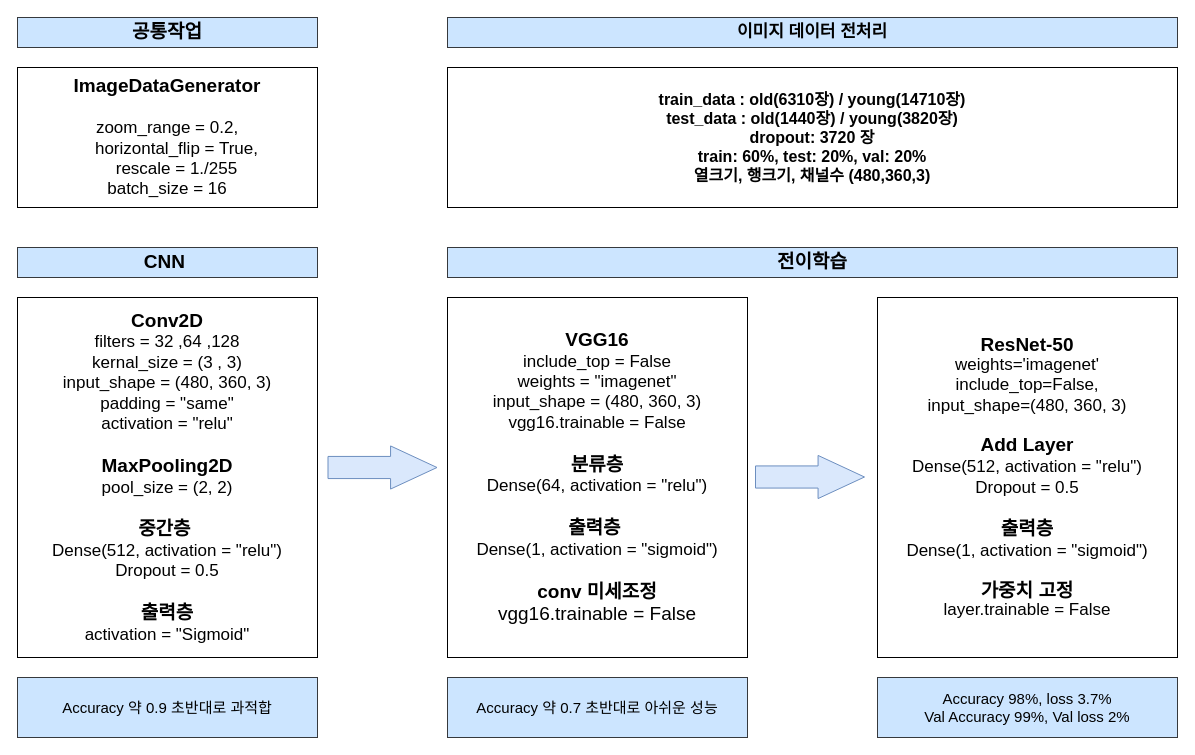
Earlier version of the draw.io diagram 산출문서/딥러닝 학습.drawio (2023-AISCHOOL-APP/BBMR). Source tidied: cells renumbered, new cells numbered last; positions are measured from the earlier drawing's top-left corner, leaving out a move shared by most shapes. Both pictures are drawn from the tidied source at 100%, with x=0, y=0 at pixel (17, 17).
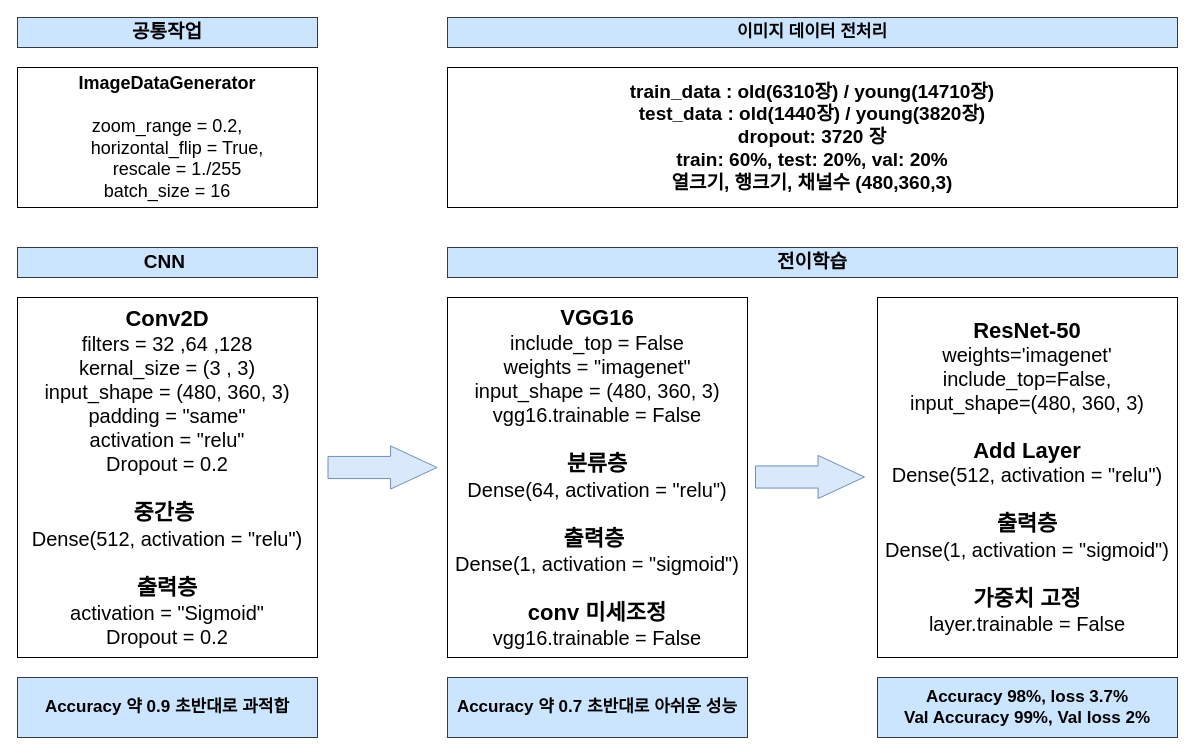
Above is the later version.

The edit, as a diff of the source:
```diff
@@
 <mxGraphModel>
   <root>
     <mxCell id="0" />
     <mxCell id="1" parent="0" />
-    <mxCell id="2" value="&lt;font style=&quot;border-color: var(--border-color);&quot;&gt;&lt;font style=&quot;border-color: var(--border-color);&quot;&gt;&lt;b&gt;&lt;font style=&quot;font-size: 19px;&quot;&gt;ImageDataGenerator&lt;/font&gt;&lt;/b&gt;&lt;br style=&quot;border-color: var(--border-color);&quot;&gt;&lt;/font&gt;&lt;br style=&quot;border-color: var(--border-color);&quot;&gt;&lt;/font&gt;zoom_range = 0.2,&lt;div&gt;&amp;nbsp; &amp;nbsp; horizontal_flip = True,&lt;/div&gt;&lt;div&gt;&amp;nbsp; &amp;nbsp; rescale = 1./255&lt;/div&gt;&lt;div&gt;batch_size = 16&lt;/div&gt;" style="rounded=0;whiteSpace=wrap;html=1;fontSize=17;" parent="1" vertex="1">
+    <mxCell id="2" value="&lt;font style=&quot;border-color: var(--border-color); font-size: 18px;&quot;&gt;&lt;font style=&quot;border-color: var(--border-color); font-size: 18px;&quot;&gt;&lt;b style=&quot;font-size: 18px;&quot;&gt;&lt;font style=&quot;font-size: 18px;&quot;&gt;ImageDataGenerator&lt;/font&gt;&lt;/b&gt;&lt;br style=&quot;border-color: var(--border-color); font-size: 18px;&quot;&gt;&lt;/font&gt;&lt;br style=&quot;border-color: var(--border-color); font-size: 18px;&quot;&gt;&lt;/font&gt;zoom_range = 0.2,&lt;div style=&quot;font-size: 18px;&quot;&gt;&amp;nbsp; &amp;nbsp; horizontal_flip = True,&lt;/div&gt;&lt;div style=&quot;font-size: 18px;&quot;&gt;&amp;nbsp; &amp;nbsp; rescale = 1./255&lt;/div&gt;&lt;div style=&quot;font-size: 18px;&quot;&gt;batch_size = 16&lt;/div&gt;" style="rounded=0;whiteSpace=wrap;html=1;fontSize=18;" parent="1" vertex="1">
       <mxGeometry y="50" width="300" height="140" as="geometry" />
     </mxCell>
     <mxCell id="3" value="공통작업" style="rounded=0;whiteSpace=wrap;html=1;fontSize=19;fontStyle=1;fillColor=#cce5ff;strokeColor=#36393d;" parent="1" vertex="1">
       <mxGeometry width="300" height="30" as="geometry" />
     </mxCell>
     <mxCell id="4" style="shape=flexArrow;endArrow=classic;html=1;rounded=0;width=22.142857142857146;endSize=15.142857142857144;fillColor=#dae8fc;strokeColor=#6c8ebf;" parent="1" edge="1">
       <mxGeometry relative="1" as="geometry">
         <mxPoint x="310" y="450" as="sourcePoint" />
         <mxPoint x="420" y="450" as="targetPoint" />
       </mxGeometry>
     </mxCell>
-    <mxCell id="5" value="&lt;font style=&quot;font-size: 16px;&quot;&gt;train_data : old(6310장) / young(14710장)&lt;br&gt;test_data : old(1440장) / young(3820장)&lt;br style=&quot;&quot;&gt;dropout: 3720 장&lt;br&gt;train: 60%, test: 20%, val: 20%&lt;br&gt;&lt;font style=&quot;font-size: 16px;&quot;&gt;열크기, 행크기, 채널수&amp;nbsp;(480,360,3)&lt;/font&gt;&lt;/font&gt;" style="rounded=0;whiteSpace=wrap;html=1;fontSize=15;fontStyle=1;" parent="1" vertex="1">
+    <mxCell id="5" value="&lt;font style=&quot;font-size: 19px;&quot;&gt;train_data : old(6310장) / young(14710장)&lt;br style=&quot;font-size: 19px;&quot;&gt;test_data : old(1440장) / young(3820장)&lt;br style=&quot;font-size: 19px;&quot;&gt;dropout: 3720 장&lt;br style=&quot;font-size: 19px;&quot;&gt;train: 60%, test: 20%, val: 20%&lt;br style=&quot;font-size: 19px;&quot;&gt;&lt;font style=&quot;font-size: 19px;&quot;&gt;열크기, 행크기, 채널수&amp;nbsp;(480,360,3)&lt;/font&gt;&lt;/font&gt;" style="rounded=0;whiteSpace=wrap;html=1;fontSize=19;fontStyle=1;" parent="1" vertex="1">
       <mxGeometry x="430" y="50" width="730" height="140" as="geometry" />
     </mxCell>
     <mxCell id="6" value="&lt;font style=&quot;font-size: 17px;&quot;&gt;이미지 데이터 전처리&lt;br&gt;&lt;/font&gt;" style="rounded=0;whiteSpace=wrap;html=1;fontSize=15;fontStyle=1;verticalAlign=middle;fillColor=#cce5ff;strokeColor=#36393d;" parent="1" vertex="1">
       <mxGeometry x="430" width="730" height="30" as="geometry" />
     </mxCell>
-    <mxCell id="7" value="&lt;div style=&quot;line-height: 120%;&quot;&gt;&lt;b&gt;&lt;font style=&quot;font-size: 19px;&quot;&gt;ResNet-50&lt;/font&gt;&lt;/b&gt;&lt;/div&gt;&lt;div style=&quot;line-height: 120%; font-size: 17px;&quot;&gt;&lt;font style=&quot;font-size: 17px;&quot;&gt;weights='imagenet'&lt;/font&gt;&lt;/div&gt;&lt;div style=&quot;line-height: 120%; font-size: 17px;&quot;&gt;&lt;font style=&quot;font-size: 17px;&quot;&gt;include_top=False,&lt;/font&gt;&lt;/div&gt;&lt;div style=&quot;line-height: 120%; font-size: 17px;&quot;&gt;&lt;font style=&quot;font-size: 17px;&quot;&gt;input_shape=(480, 360, 3)&lt;/font&gt;&lt;br&gt;&lt;/div&gt;&lt;div style=&quot;line-height: 120%;&quot;&gt;&lt;br&gt;&lt;/div&gt;&lt;div style=&quot;font-size: 19px; line-height: 120%;&quot;&gt;&lt;b&gt;Add Layer&lt;/b&gt;&lt;/div&gt;&lt;div style=&quot;font-size: 17px; line-height: 120%;&quot;&gt;Dense(512, activation = &quot;relu&quot;)&lt;br style=&quot;border-color: var(--border-color);&quot;&gt;Dropout = 0.5&lt;br&gt;&lt;/div&gt;&lt;div style=&quot;font-size: 17px; line-height: 120%;&quot;&gt;&lt;br&gt;&lt;/div&gt;&lt;b style=&quot;border-color: var(--border-color); font-size: 17px;&quot;&gt;&lt;font style=&quot;border-color: var(--border-color); font-size: 19px;&quot;&gt;출력층&lt;/font&gt;&lt;/b&gt;&lt;div style=&quot;font-size: 17px; line-height: 120%;&quot;&gt;Dense(1, activation = &quot;sigmoid&quot;)&lt;br&gt;&lt;/div&gt;&lt;div style=&quot;font-size: 17px; line-height: 120%;&quot;&gt;&lt;br&gt;&lt;/div&gt;&lt;div style=&quot;line-height: 120%;&quot;&gt;&lt;b style=&quot;&quot;&gt;&lt;font style=&quot;font-size: 19px;&quot;&gt;가중치 &lt;/font&gt;&lt;font style=&quot;font-size: 19px;&quot;&gt;고정&lt;/font&gt;&lt;/b&gt;&lt;/div&gt;&lt;div style=&quot;line-height: 120%;&quot;&gt;&lt;font style=&quot;font-size: 17px;&quot;&gt;layer.trainable = False&lt;/font&gt;&lt;br&gt;&lt;/div&gt;" style="rounded=0;whiteSpace=wrap;html=1;fontSize=15;" parent="1" vertex="1">
+    <mxCell id="7" value="&lt;div style=&quot;line-height: 120%;&quot;&gt;&lt;b style=&quot;&quot;&gt;&lt;font style=&quot;font-size: 22px;&quot;&gt;ResNet-50&lt;/font&gt;&lt;/b&gt;&lt;/div&gt;&lt;div style=&quot;line-height: 120%; font-size: 20px;&quot;&gt;&lt;font style=&quot;font-size: 20px;&quot;&gt;weights='imagenet'&lt;/font&gt;&lt;/div&gt;&lt;div style=&quot;line-height: 120%; font-size: 20px;&quot;&gt;&lt;font style=&quot;font-size: 20px;&quot;&gt;include_top=False,&lt;/font&gt;&lt;/div&gt;&lt;div style=&quot;line-height: 120%; font-size: 20px;&quot;&gt;&lt;font style=&quot;font-size: 20px;&quot;&gt;input_shape=(480, 360, 3)&lt;/font&gt;&lt;br style=&quot;font-size: 20px;&quot;&gt;&lt;/div&gt;&lt;div style=&quot;line-height: 120%; font-size: 20px;&quot;&gt;&lt;br style=&quot;font-size: 20px;&quot;&gt;&lt;/div&gt;&lt;div style=&quot;line-height: 120%;&quot;&gt;&lt;b style=&quot;&quot;&gt;&lt;font style=&quot;font-size: 22px;&quot;&gt;Add Layer&lt;/font&gt;&lt;/b&gt;&lt;/div&gt;&lt;div style=&quot;font-size: 20px; line-height: 120%;&quot;&gt;Dense(512, activation = &quot;relu&quot;)&lt;br style=&quot;border-color: var(--border-color); font-size: 20px;&quot;&gt;&lt;/div&gt;&lt;div style=&quot;font-size: 20px; line-height: 120%;&quot;&gt;&lt;br style=&quot;font-size: 20px;&quot;&gt;&lt;/div&gt;&lt;b style=&quot;border-color: var(--border-color);&quot;&gt;&lt;font style=&quot;border-color: var(--border-color); font-size: 22px;&quot;&gt;출력층&lt;/font&gt;&lt;/b&gt;&lt;div style=&quot;font-size: 20px; line-height: 120%;&quot;&gt;Dense(1, activation = &quot;sigmoid&quot;)&lt;br style=&quot;font-size: 20px;&quot;&gt;&lt;/div&gt;&lt;div style=&quot;font-size: 20px; line-height: 120%;&quot;&gt;&lt;br style=&quot;font-size: 20px;&quot;&gt;&lt;/div&gt;&lt;div style=&quot;line-height: 120%; font-size: 22px;&quot;&gt;&lt;b style=&quot;&quot;&gt;&lt;font style=&quot;font-size: 22px;&quot;&gt;가중치 &lt;/font&gt;&lt;font style=&quot;font-size: 22px;&quot;&gt;고정&lt;/font&gt;&lt;/b&gt;&lt;/div&gt;&lt;div style=&quot;line-height: 120%; font-size: 20px;&quot;&gt;&lt;font style=&quot;font-size: 20px;&quot;&gt;layer.trainable = False&lt;/font&gt;&lt;br style=&quot;font-size: 20px;&quot;&gt;&lt;/div&gt;" style="rounded=0;whiteSpace=wrap;html=1;fontSize=20;" parent="1" vertex="1">
       <mxGeometry x="860" y="280" width="300" height="360" as="geometry" />
     </mxCell>
-    <mxCell id="8" value="Accuracy 98%, loss 3.7%&lt;br&gt;Val Accuracy 99%, Val loss 2%" style="rounded=0;whiteSpace=wrap;html=1;fontSize=15;fillColor=#cce5ff;strokeColor=#36393d;" parent="1" vertex="1">
+    <mxCell id="8" value="Accuracy 98%, loss 3.7%&lt;br style=&quot;font-size: 17px;&quot;&gt;Val Accuracy 99%, Val loss 2%" style="rounded=0;whiteSpace=wrap;html=1;fontSize=17;fillColor=#cce5ff;strokeColor=#36393d;fontStyle=1;" parent="1" vertex="1">
       <mxGeometry x="860" y="660" width="300" height="60" as="geometry" />
     </mxCell>
     <mxCell id="9" value="전이학습" style="rounded=0;whiteSpace=wrap;html=1;fontSize=19;fontStyle=1;fillColor=#cce5ff;strokeColor=#36393d;" parent="1" vertex="1">
       <mxGeometry x="430" y="230" width="730" height="30" as="geometry" />
     </mxCell>
-    <mxCell id="10" value="Accuracy 약 0.7 초반대로 아쉬운 성능" style="rounded=0;whiteSpace=wrap;html=1;fontSize=15;fillColor=#cce5ff;strokeColor=#36393d;" parent="1" vertex="1">
+    <mxCell id="10" value="Accuracy 약 0.7 초반대로 아쉬운 성능" style="rounded=0;whiteSpace=wrap;html=1;fontSize=17;fillColor=#cce5ff;strokeColor=#36393d;fontStyle=1;" parent="1" vertex="1">
       <mxGeometry x="430" y="660" width="300" height="60" as="geometry" />
     </mxCell>
-    <mxCell id="11" value="&lt;font style=&quot;&quot;&gt;&lt;font style=&quot;font-weight: bold; font-size: 19px;&quot;&gt;VGG16&lt;/font&gt;&lt;br style=&quot;font-size: 17px;&quot;&gt;include_top = False&lt;br style=&quot;font-size: 17px;&quot;&gt;weights = &quot;imagenet&quot;&lt;br style=&quot;font-size: 17px;&quot;&gt;input_shape = (480, 360, 3)&lt;br style=&quot;font-size: 17px;&quot;&gt;vgg16.trainable = False&lt;br style=&quot;font-size: 17px;&quot;&gt;&lt;br style=&quot;font-size: 17px;&quot;&gt;&lt;span style=&quot;border-color: var(--border-color);&quot;&gt;&lt;b style=&quot;&quot;&gt;&lt;font style=&quot;font-size: 19px;&quot;&gt;분류층&lt;/font&gt;&lt;/b&gt;&lt;/span&gt;&lt;/font&gt;&lt;font style=&quot;&quot;&gt;&lt;br style=&quot;font-size: 17px;&quot;&gt;Dense(64, activation = &quot;relu&quot;)&lt;br&gt;&lt;br style=&quot;font-size: 17px;&quot;&gt;&lt;b style=&quot;&quot;&gt;&lt;font style=&quot;font-size: 19px;&quot;&gt;출력층&amp;nbsp;&lt;/font&gt;&lt;/b&gt;&lt;br style=&quot;font-size: 17px;&quot;&gt;Dense(1, activation = &quot;sigmoid&quot;)&lt;br&gt;&lt;br&gt;&lt;/font&gt;&lt;span style=&quot;font-size: 19px;&quot;&gt;&lt;b&gt;conv 미세조정&lt;/b&gt;&lt;br&gt;vgg16.trainable = False&lt;br style=&quot;font-size: 17px;&quot;&gt;&lt;/span&gt;" style="rounded=0;whiteSpace=wrap;html=1;fontSize=17;" parent="1" vertex="1">
+    <mxCell id="11" value="&lt;font style=&quot;&quot;&gt;&lt;font style=&quot;font-weight: bold; font-size: 22px;&quot;&gt;VGG16&lt;/font&gt;&lt;br style=&quot;font-size: 20px;&quot;&gt;include_top = False&lt;br style=&quot;font-size: 20px;&quot;&gt;weights = &quot;imagenet&quot;&lt;br style=&quot;font-size: 20px;&quot;&gt;input_shape = (480, 360, 3)&lt;br style=&quot;font-size: 20px;&quot;&gt;vgg16.trainable = False&lt;br style=&quot;font-size: 20px;&quot;&gt;&lt;br style=&quot;font-size: 20px;&quot;&gt;&lt;span style=&quot;border-color: var(--border-color);&quot;&gt;&lt;b style=&quot;&quot;&gt;&lt;font style=&quot;font-size: 22px;&quot;&gt;분류층&lt;/font&gt;&lt;/b&gt;&lt;/span&gt;&lt;/font&gt;&lt;font style=&quot;&quot;&gt;&lt;br style=&quot;font-size: 20px;&quot;&gt;Dense(64, activation = &quot;relu&quot;)&lt;br style=&quot;font-size: 20px;&quot;&gt;&lt;br style=&quot;font-size: 20px;&quot;&gt;&lt;b style=&quot;&quot;&gt;&lt;font style=&quot;font-size: 22px;&quot;&gt;출력층&amp;nbsp;&lt;/font&gt;&lt;/b&gt;&lt;br style=&quot;font-size: 20px;&quot;&gt;Dense(1, activation = &quot;sigmoid&quot;)&lt;br style=&quot;font-size: 20px;&quot;&gt;&lt;br style=&quot;font-size: 20px;&quot;&gt;&lt;/font&gt;&lt;b style=&quot;&quot;&gt;&lt;font style=&quot;font-size: 22px;&quot;&gt;conv 미세조정&lt;/font&gt;&lt;/b&gt;&lt;br style=&quot;font-size: 20px;&quot;&gt;vgg16.trainable = False" style="rounded=0;whiteSpace=wrap;html=1;fontSize=20;" parent="1" vertex="1">
       <mxGeometry x="430" y="280" width="300" height="360" as="geometry" />
     </mxCell>
     <mxCell id="12" style="shape=flexArrow;endArrow=classic;html=1;rounded=0;width=22.142857142857146;endSize=15.142857142857144;fillColor=#dae8fc;strokeColor=#6c8ebf;" parent="1" edge="1">
       <mxGeometry relative="1" as="geometry">
         <mxPoint x="737.5" y="459.5" as="sourcePoint" />
         <mxPoint x="847.5" y="459.5" as="targetPoint" />
       </mxGeometry>
     </mxCell>
-    <mxCell id="13" value="Accuracy 약 0.9 초반대로 과적합" style="rounded=0;whiteSpace=wrap;html=1;fontSize=15;fillColor=#cce5ff;strokeColor=#36393d;" parent="1" vertex="1">
+    <mxCell id="13" value="Accuracy 약 0.9 초반대로 과적합" style="rounded=0;whiteSpace=wrap;html=1;fontSize=17;fillColor=#cce5ff;strokeColor=#36393d;fontStyle=1;" parent="1" vertex="1">
       <mxGeometry y="660" width="300" height="60" as="geometry" />
     </mxCell>
     <mxCell id="14" value="CNN&amp;nbsp;" style="rounded=0;whiteSpace=wrap;html=1;fontSize=19;fontStyle=1;fillColor=#cce5ff;strokeColor=#36393d;" parent="1" vertex="1">
       <mxGeometry y="230" width="300" height="30" as="geometry" />
     </mxCell>
-    <mxCell id="15" value="&lt;b style=&quot;&quot;&gt;&lt;font style=&quot;font-size: 19px;&quot;&gt;Conv2D&lt;/font&gt;&lt;/b&gt;&lt;br style=&quot;font-size: 17px;&quot;&gt;filters = 32 ,64 ,128&lt;br style=&quot;font-size: 17px;&quot;&gt;kernal_size = (3 , 3)&lt;br style=&quot;font-size: 17px;&quot;&gt;input_shape = (480, 360, 3)&lt;br style=&quot;font-size: 17px;&quot;&gt;padding = &quot;same&quot;&lt;br style=&quot;font-size: 17px;&quot;&gt;activation = &quot;relu&quot;&lt;br style=&quot;font-size: 17px;&quot;&gt;&lt;br style=&quot;font-size: 17px;&quot;&gt;&lt;b style=&quot;&quot;&gt;&lt;font style=&quot;font-size: 19px;&quot;&gt;MaxPooling2D&lt;/font&gt;&lt;/b&gt;&lt;br style=&quot;font-size: 17px;&quot;&gt;pool_size = (2, 2)&lt;br style=&quot;font-size: 17px;&quot;&gt;&lt;br style=&quot;font-size: 17px;&quot;&gt;&lt;b style=&quot;&quot;&gt;&lt;font style=&quot;font-size: 19px;&quot;&gt;중간층&amp;nbsp;&lt;/font&gt;&lt;/b&gt;&lt;br style=&quot;font-size: 17px;&quot;&gt;Dense(512, activation = &quot;relu&quot;)&lt;br&gt;Dropout = 0.5&lt;br style=&quot;font-size: 17px;&quot;&gt;&lt;br style=&quot;font-size: 17px;&quot;&gt;&lt;b style=&quot;&quot;&gt;&lt;font style=&quot;font-size: 19px;&quot;&gt;출력층&lt;/font&gt;&lt;/b&gt;&lt;br style=&quot;font-size: 17px;&quot;&gt;activation = &quot;Sigmoid&quot;" style="rounded=0;whiteSpace=wrap;html=1;fontSize=17;" parent="1" vertex="1">
+    <mxCell id="15" value="&lt;font style=&quot;font-size: 22px;&quot;&gt;&lt;b style=&quot;&quot;&gt;&lt;font style=&quot;font-size: 22px;&quot;&gt;Conv2D&lt;/font&gt;&lt;/b&gt;&lt;br style=&quot;&quot;&gt;&lt;/font&gt;filters = 32 ,64 ,128&lt;br style=&quot;font-size: 20px;&quot;&gt;kernal_size = (3 , 3)&lt;br style=&quot;font-size: 20px;&quot;&gt;input_shape = (480, 360, 3)&lt;br style=&quot;font-size: 20px;&quot;&gt;padding = &quot;same&quot;&lt;br style=&quot;font-size: 20px;&quot;&gt;activation = &quot;relu&quot;&lt;br style=&quot;font-size: 20px;&quot;&gt;Dropout = 0.2&lt;br style=&quot;font-size: 20px;&quot;&gt;&lt;br style=&quot;font-size: 20px;&quot;&gt;&lt;b style=&quot;&quot;&gt;&lt;font style=&quot;font-size: 22px;&quot;&gt;중간층&amp;nbsp;&lt;/font&gt;&lt;/b&gt;&lt;br style=&quot;font-size: 20px;&quot;&gt;Dense(512, activation = &quot;relu&quot;)&lt;br style=&quot;font-size: 20px;&quot;&gt;&lt;br style=&quot;font-size: 20px;&quot;&gt;&lt;b style=&quot;&quot;&gt;&lt;font style=&quot;font-size: 22px;&quot;&gt;출력층&lt;/font&gt;&lt;/b&gt;&lt;br style=&quot;font-size: 20px;&quot;&gt;activation = &quot;Sigmoid&quot;&lt;br style=&quot;font-size: 20px;&quot;&gt;Dropout = 0.2" style="rounded=0;whiteSpace=wrap;html=1;fontSize=20;" parent="1" vertex="1">
       <mxGeometry y="280" width="300" height="360" as="geometry" />
     </mxCell>
   </root>
 </mxGraphModel>
```
